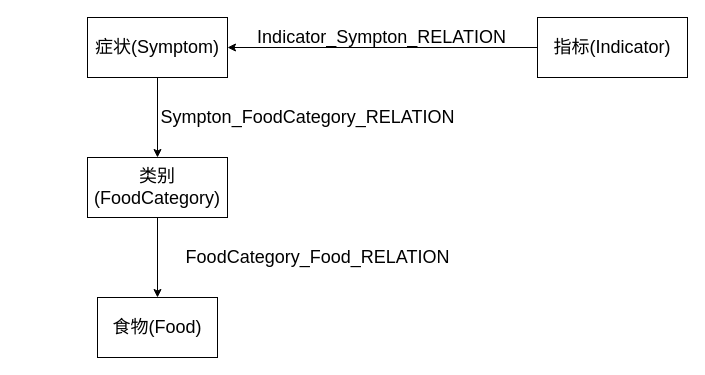
Earlier version of the draw.io diagram graph.drawio (OrangePower03/graduation). Source tidied: cells renumbered, new cells numbered last; positions are measured from the earlier drawing's top-left corner, leaving out a move shared by most shapes. Both pictures are drawn from the tidied source at 100%, with x=0, y=0 at pixel (87, 17).
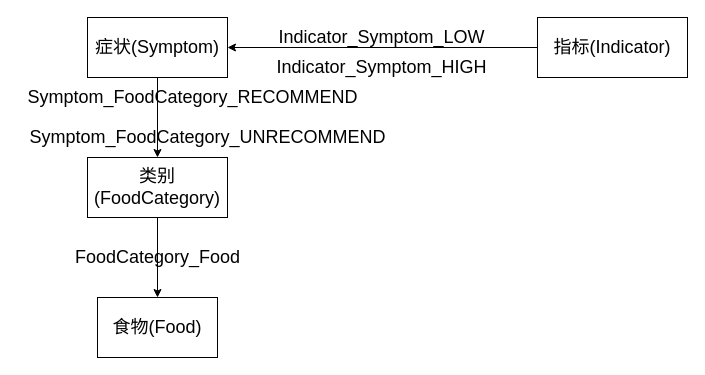
The same page after the edit.

What changed in the source:
```diff
@@
 <mxGraphModel>
   <root>
     <mxCell id="0" />
     <mxCell id="1" parent="0" />
     <mxCell id="2" style="edgeStyle=orthogonalEdgeStyle;rounded=0;jettySize=auto;html=1;fontSize=18;" parent="1" edge="1" source="3" target="5">
       <mxGeometry relative="1" as="geometry" />
     </mxCell>
     <mxCell id="3" value="&lt;font style=&quot;font-size: 18px;&quot;&gt;指标(Indicator)&lt;/font&gt;" style="rounded=0;whiteSpace=wrap;html=1;" parent="1" vertex="1">
       <mxGeometry x="450" width="150" height="60" as="geometry" />
     </mxCell>
     <mxCell id="4" style="edgeStyle=orthogonalEdgeStyle;rounded=0;jettySize=auto;html=1;fontSize=18;" parent="1" edge="1" source="5" target="7">
       <mxGeometry relative="1" as="geometry" />
     </mxCell>
     <mxCell id="5" value="&lt;span style=&quot;font-size: 18px;&quot;&gt;症状(Symptom)&lt;/span&gt;" style="rounded=0;whiteSpace=wrap;html=1;" parent="1" vertex="1">
       <mxGeometry width="140" height="60" as="geometry" />
     </mxCell>
     <mxCell id="6" style="edgeStyle=orthogonalEdgeStyle;rounded=0;jettySize=auto;html=1;fontSize=18;" parent="1" edge="1" source="7" target="8">
       <mxGeometry relative="1" as="geometry" />
     </mxCell>
     <mxCell id="7" value="&lt;span style=&quot;font-size: 18px;&quot;&gt;类别(FoodCategory)&lt;/span&gt;" style="rounded=0;whiteSpace=wrap;html=1;" parent="1" vertex="1">
       <mxGeometry y="140" width="140" height="60" as="geometry" />
     </mxCell>
     <mxCell id="8" value="&lt;span style=&quot;font-size: 18px;&quot;&gt;食物(Food)&lt;/span&gt;" style="rounded=0;whiteSpace=wrap;html=1;" parent="1" vertex="1">
       <mxGeometry x="10" y="280" width="120" height="60" as="geometry" />
     </mxCell>
-    <mxCell id="9" value="Indicator_Sympton_RELATION" style="text;html=1;align=center;verticalAlign=middle;strokeColor=none;fillColor=none;fontSize=18;" parent="1" vertex="1">
-      <mxGeometry x="159" width="270" height="40" as="geometry" />
+    <mxCell id="9" value="Indicator_Symptom_LOW" style="text;html=1;align=center;verticalAlign=middle;strokeColor=none;fillColor=none;fontSize=18;" parent="1" vertex="1">
+      <mxGeometry x="179" width="230" height="40" as="geometry" />
     </mxCell>
-    <mxCell id="10" value="Sympton_FoodCategory_RELATION" style="text;html=1;align=center;verticalAlign=middle;strokeColor=none;fillColor=none;fontSize=18;" parent="1" vertex="1">
-      <mxGeometry x="60" y="80" width="320" height="40" as="geometry" />
+    <mxCell id="10" value="Symptom_FoodCategory_RECOMMEND" style="text;html=1;align=center;verticalAlign=middle;strokeColor=none;fillColor=none;fontSize=18;" parent="1" vertex="1">
+      <mxGeometry x="-70" y="60" width="350" height="40" as="geometry" />
     </mxCell>
-    <mxCell id="11" value="FoodCategory_Food_RELATION" style="text;html=1;align=center;verticalAlign=middle;strokeColor=none;fillColor=none;fontSize=18;" parent="1" vertex="1">
-      <mxGeometry x="85" y="220" width="290" height="40" as="geometry" />
+    <mxCell id="11" value="FoodCategory_Food" style="text;html=1;align=center;verticalAlign=middle;strokeColor=none;fillColor=none;fontSize=18;" parent="1" vertex="1">
+      <mxGeometry x="-25" y="220" width="190" height="40" as="geometry" />
     </mxCell>
+    <mxCell id="12" value="Indicator_Symptom_HIGH" style="text;html=1;align=center;verticalAlign=middle;strokeColor=none;fillColor=none;fontSize=18;" parent="1" vertex="1">
+      <mxGeometry x="179" y="30" width="230" height="40" as="geometry" />
+    </mxCell>
+    <mxCell id="13" value="Symptom_FoodCategory_UNRECOMMEND" style="text;html=1;align=center;verticalAlign=middle;strokeColor=none;fillColor=none;fontSize=18;" parent="1" vertex="1">
+      <mxGeometry x="-70" y="100" width="380" height="40" as="geometry" />
+    </mxCell>
   </root>
 </mxGraphModel>
```
